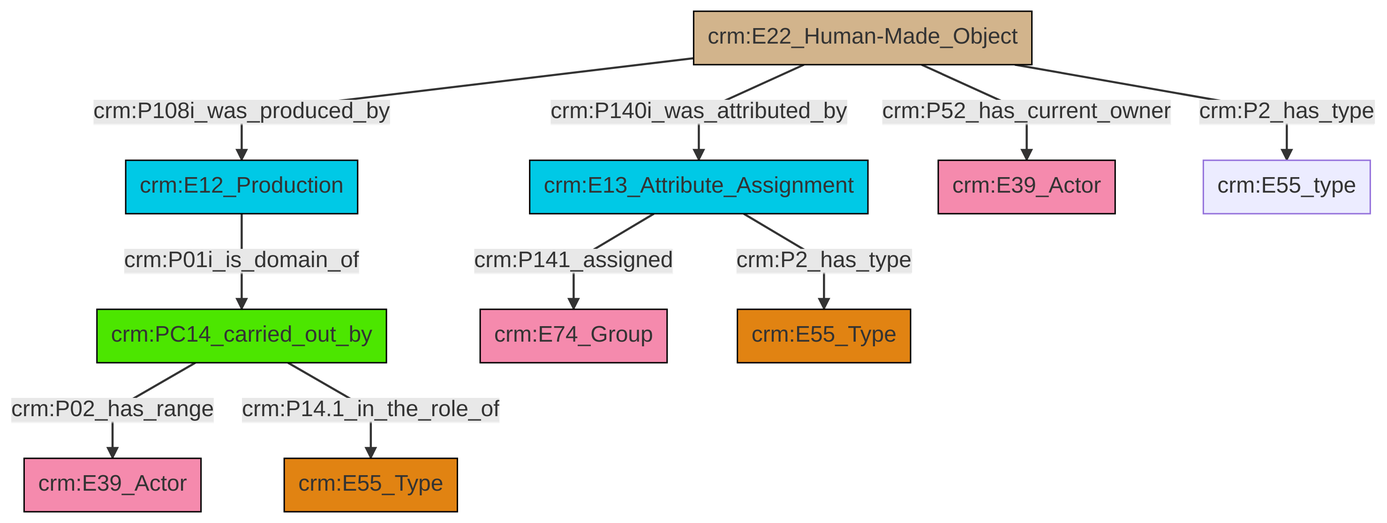
Earlier version of the Mermaid export et/builtWorkCSV/ttl/mmd/png/Built_Work_actor_relations.png (swiss-art-research-net/docs.swissartresearch). Its source is kept beside it as et/builtWorkCSV/ttl/mmd/Built_Work_actor_relations.ttl.mmd.
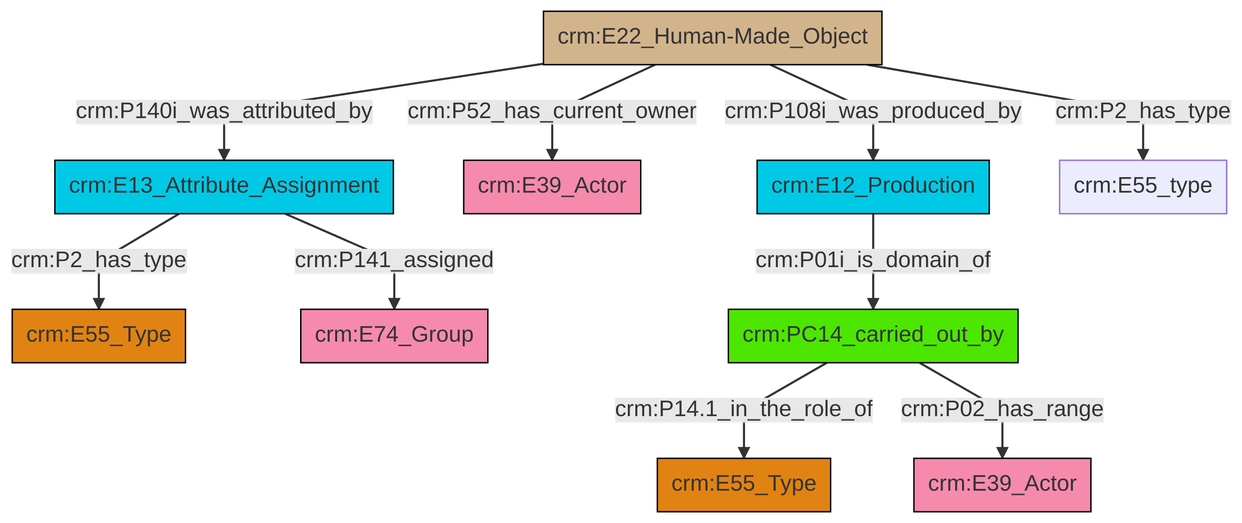
The same diagram one commit later.

What changed in the source:
```diff
@@ -13,12 +13,12 @@
 classDef PC_Classes fill:#4ce600, stroke:#000000;
 classDef Multi fill:#cccccc,stroke:#000000;
 
-2["crm:E12_Production"]:::Temporal_Entity -->|crm:P01i_is_domain_of| 3["crm:PC14_carried_out_by"]:::PC_Classes
-4["crm:E22_Human-Made_Object"]:::Physical_Thing -->|crm:P140i_was_attributed_by| 5["crm:E13_Attribute_Assignment"]:::Temporal_Entity
-3["crm:PC14_carried_out_by"]:::PC_Classes -->|crm:P02_has_range| 6["crm:E39_Actor"]:::Actor
-4["crm:E22_Human-Made_Object"]:::Physical_Thing -->|crm:P108i_was_produced_by| 2["crm:E12_Production"]:::Temporal_Entity
-4["crm:E22_Human-Made_Object"]:::Physical_Thing -->|crm:P2_has_type| 11["crm:E55_type"]:::Default
-4["crm:E22_Human-Made_Object"]:::Physical_Thing -->|crm:P52_has_current_owner| 9["crm:E39_Actor"]:::Actor
-5["crm:E13_Attribute_Assignment"]:::Temporal_Entity -->|crm:P141_assigned| 13["crm:E74_Group"]:::Actor
-5["crm:E13_Attribute_Assignment"]:::Temporal_Entity -->|crm:P2_has_type| 14["crm:E55_Type"]:::Type
-3["crm:PC14_carried_out_by"]:::PC_Classes -->|crm:P14.1_in_the_role_of| 0["crm:E55_Type"]:::Type
+2["crm:E22_Human-Made_Object"]:::Physical_Thing -->|crm:P140i_was_attributed_by| 4["crm:E13_Attribute_Assignment"]:::Temporal_Entity
+4["crm:E13_Attribute_Assignment"]:::Temporal_Entity -->|crm:P141_assigned| 5["crm:E74_Group"]:::Actor
+2["crm:E22_Human-Made_Object"]:::Physical_Thing -->|crm:P52_has_current_owner| 6["crm:E39_Actor"]:::Actor
+9["crm:PC14_carried_out_by"]:::PC_Classes -->|crm:P14.1_in_the_role_of| 10["crm:E55_Type"]:::Type
+2["crm:E22_Human-Made_Object"]:::Physical_Thing -->|crm:P108i_was_produced_by| 12["crm:E12_Production"]:::Temporal_Entity
+9["crm:PC14_carried_out_by"]:::PC_Classes -->|crm:P02_has_range| 15["crm:E39_Actor"]:::Actor
+2["crm:E22_Human-Made_Object"]:::Physical_Thing -->|crm:P2_has_type| 17["crm:E55_type"]:::Default
+12["crm:E12_Production"]:::Temporal_Entity -->|crm:P01i_is_domain_of| 9["crm:PC14_carried_out_by"]:::PC_Classes
+4["crm:E13_Attribute_Assignment"]:::Temporal_Entity -->|crm:P2_has_type| 0["crm:E55_Type"]:::Type
```
